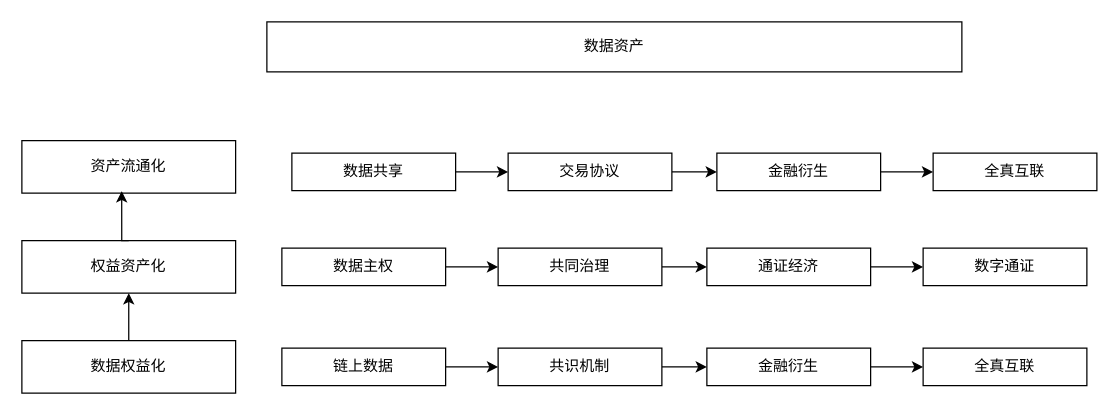
The draw.io diagram 未命名绘图.drawio in quizhi44/game, before the edit. Source tidied: cells renumbered, new cells numbered last; positions are measured from the earlier drawing's top-left corner, leaving out a move shared by most shapes. Both pictures are drawn from the tidied source at 125%, with x=0, y=0 at pixel (21, 21).
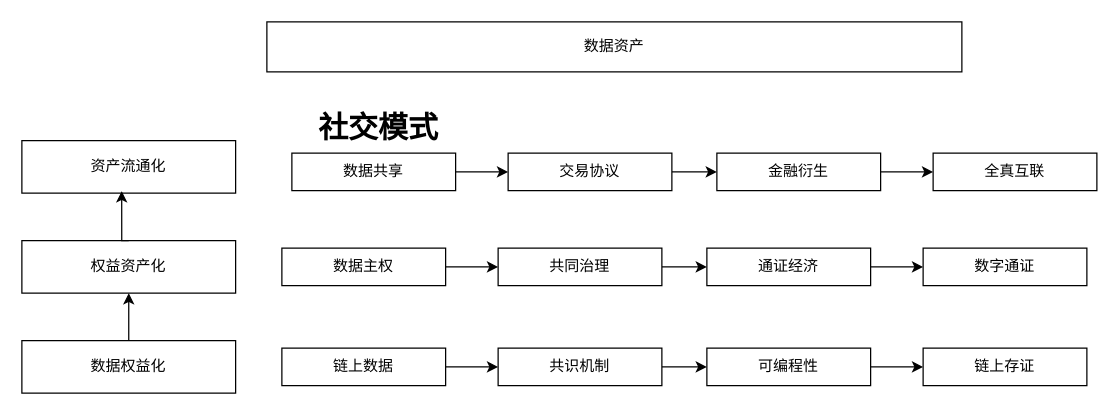
Above is the later version.

Diff of the diagram source:
```diff
@@
-    <mxCell id="27" value="金融衍生" style="rounded=0;whiteSpace=wrap;html=1;" parent="1" vertex="1">
+    <mxCell id="27" value="可编程性" style="rounded=0;whiteSpace=wrap;html=1;" parent="1" vertex="1">
       <mxGeometry x="548" y="261" width="131" height="30" as="geometry" />
     </mxCell>
-    <mxCell id="28" value="全真互联" style="rounded=0;whiteSpace=wrap;html=1;" parent="1" vertex="1">
+    <mxCell id="28" value="链上存证" style="rounded=0;whiteSpace=wrap;html=1;" parent="1" vertex="1">
       <mxGeometry x="721" y="261" width="131" height="30" as="geometry" />
     </mxCell>
+    <mxCell id="29" value="&lt;font style=&quot;font-size: 24px;&quot;&gt;&lt;b&gt;社交模式&lt;/b&gt;&lt;/font&gt;" style="text;html=1;align=center;verticalAlign=middle;strokeColor=none;fillColor=none;" parent="1" vertex="1">
+      <mxGeometry x="228" y="64" width="114" height="41" as="geometry" />
+    </mxCell>
```
